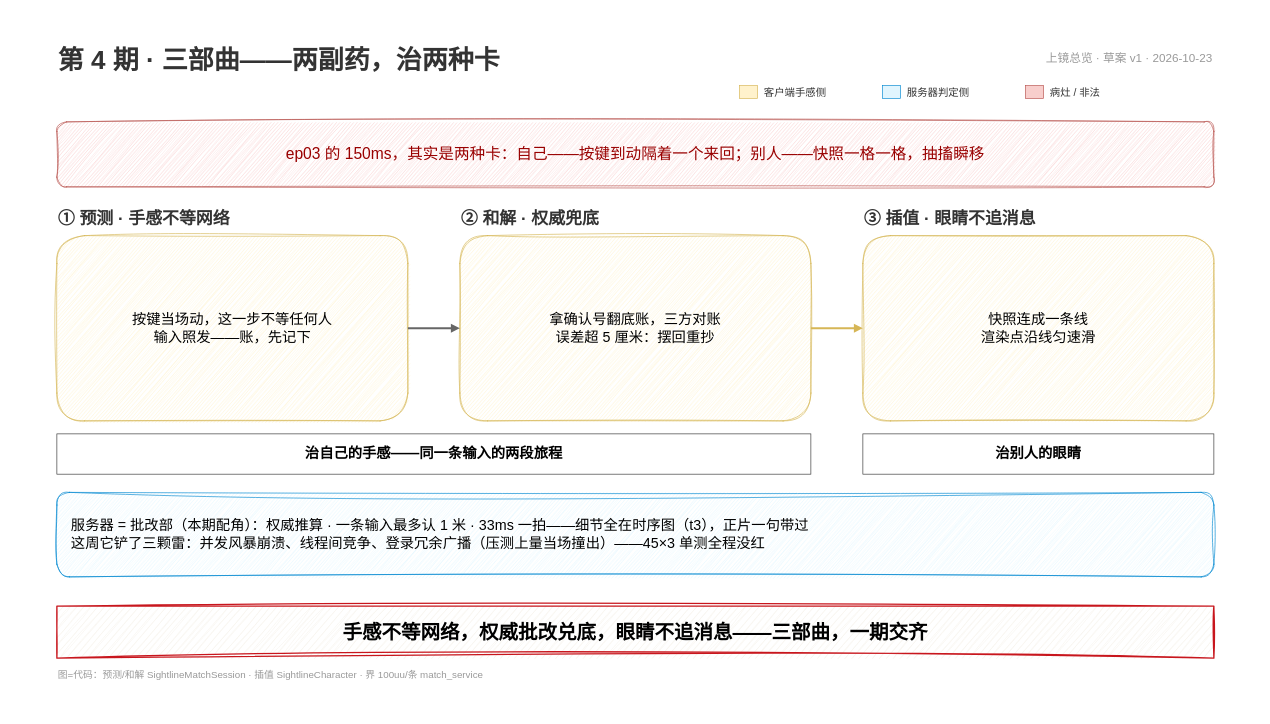
Before: docs/episodes/ep04/trilogy/t0_overview.drawio in x-PiXiu/Sightline, a draw.io diagram. Source tidied: cells renumbered, new cells numbered last; positions are measured from the earlier drawing's top-left corner, leaving out a move shared by most shapes. Both pictures are drawn from the tidied source at 65%, with x=0, y=0 at pixel (11, 11).
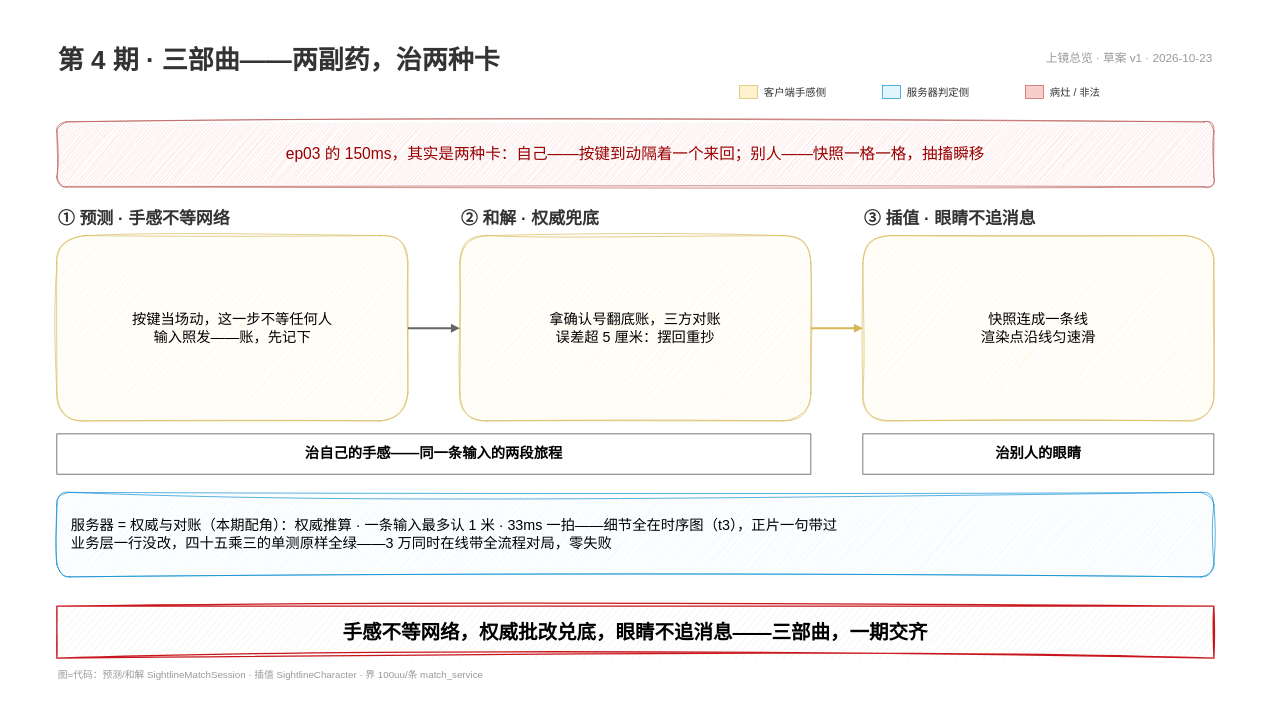
Above is the later version.

What changed in the source:
```diff
@@
-    <mxCell id="22" value="服务器 = 批改部（本期配角）：权威推算 · 一条输入最多认 1 米 · 33ms 一拍——细节全在时序图（t3），正片一句带过&#10;这周它铲了三颗雷：并发风暴崩溃、线程间竞争、登录冗余广播（压测上量当场撞出）——45×3 单测全程没红" style="rounded=1;whiteSpace=wrap;fillColor=#e1f5fe;strokeColor=#0288d1;fontSize=22;align=left;spacingLeft=20;sketch=1;curveFitting=1;jiggle=2;" parent="1" vertex="1">
+    <mxCell id="22" value="服务器 = 权威与对账（本期配角）：权威推算 · 一条输入最多认 1 米 · 33ms 一拍——细节全在时序图（t3），正片一句带过&#10;业务层一行没改，四十五乘三的单测原样全绿——3 万同时在线带全流程对局，零失败" style="rounded=1;whiteSpace=wrap;fillColor=#e1f5fe;strokeColor=#0288d1;fontSize=22;align=left;spacingLeft=20;sketch=1;curveFitting=1;jiggle=2;" parent="1" vertex="1">
       <mxGeometry x="70" y="740" width="1780" height="130" as="geometry" />
     </mxCell>
```
